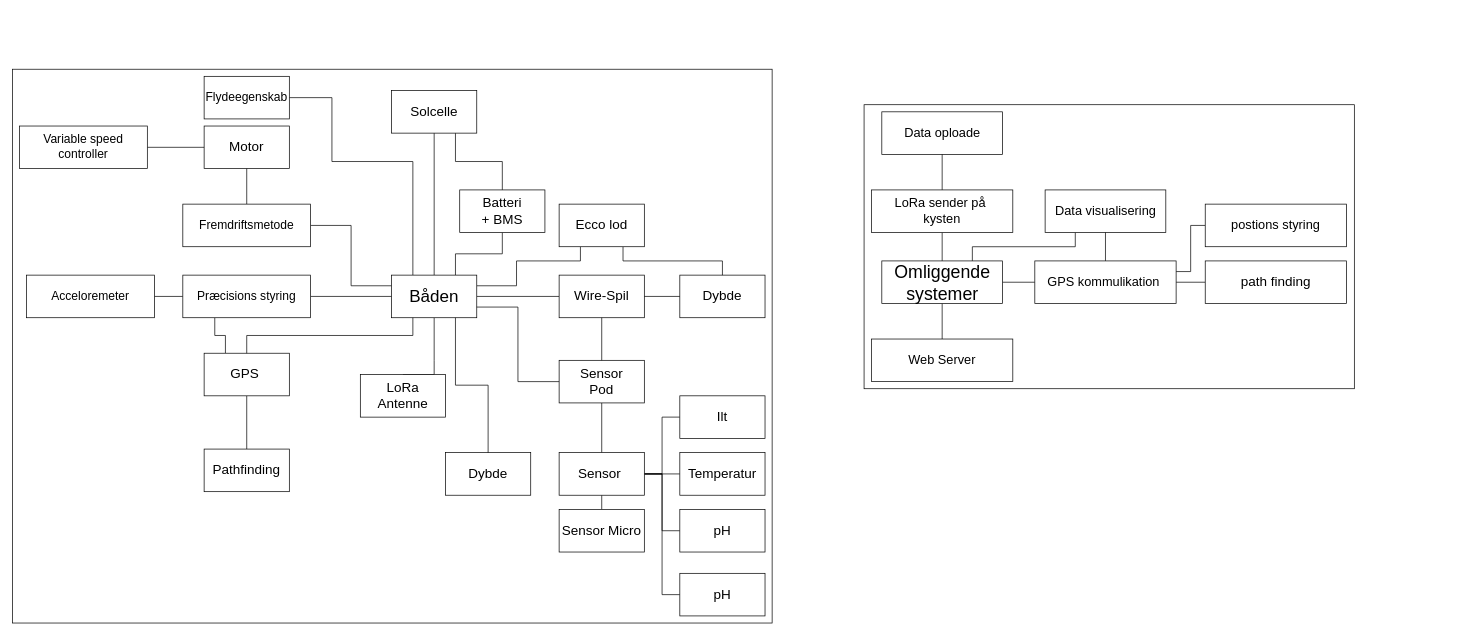
Before: 05_Artefact/Projektforslag/fig/opstarts Arkitektur.drawio in mbirko/PRJ3_Repo, a draw.io diagram. Source tidied: cells renumbered, new cells numbered last; positions are measured from the earlier drawing's top-left corner, leaving out a move shared by most shapes. Both pictures are drawn from the tidied source at 71%, with x=0, y=0 at pixel (12, 69).
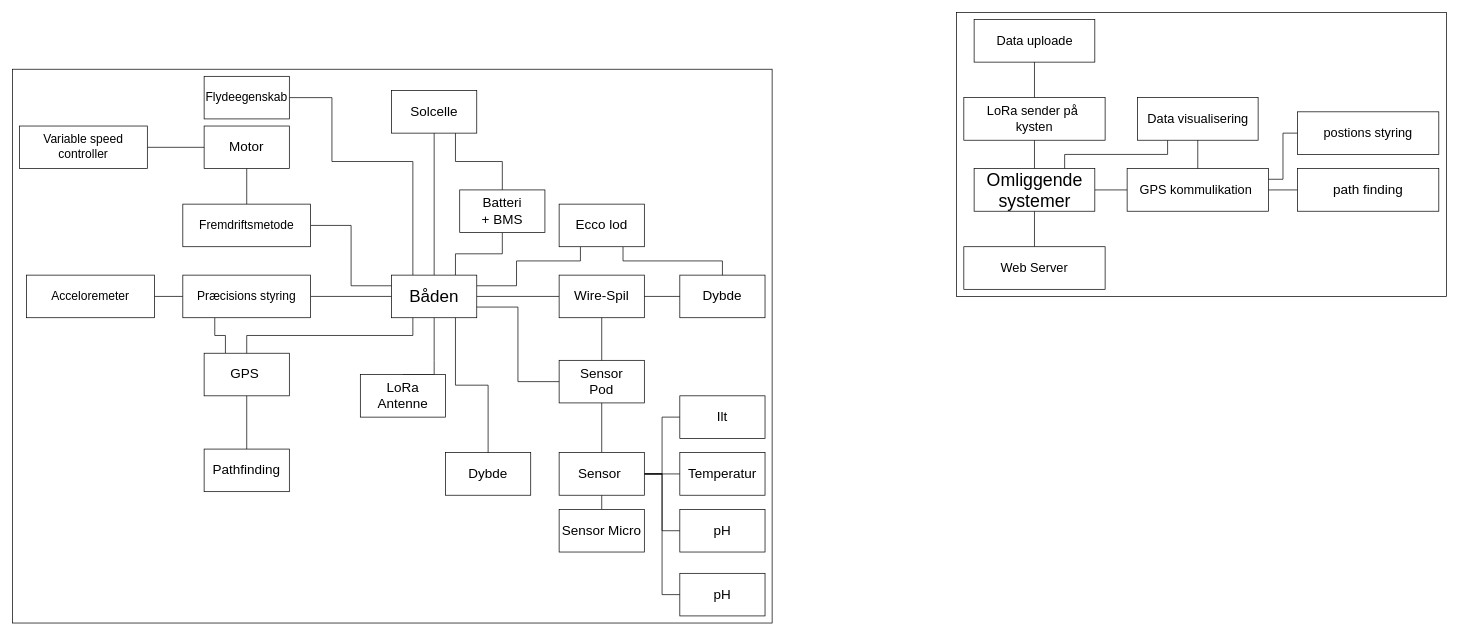
The same page after the edit.

Commit message:
saved opstarts arkitektur

What changed in the source:
```diff
@@
     <mxCell id="2" style="rounded=0;whiteSpace=wrap;html=1;fontSize=19;" parent="1" vertex="1">
-      <mxGeometry x="1199.5" y="50" width="690.5" height="400" as="geometry" />
+      <mxGeometry x="1329.5" y="-80" width="690.5" height="400" as="geometry" />
     </mxCell>
@@
     <mxCell id="46" style="edgeStyle=orthogonalEdgeStyle;rounded=0;jettySize=auto;html=1;exitX=0.75;exitY=0;exitDx=0;exitDy=0;entryX=0.25;entryY=1;entryDx=0;entryDy=0;fontSize=24;endArrow=none;endFill=0;" parent="1" edge="1" source="49" target="57">
       <mxGeometry relative="1" as="geometry">
         <Array as="points">
-          <mxPoint x="1352" y="250" />
-          <mxPoint x="1497" y="250" />
+          <mxPoint x="1482" y="120" />
+          <mxPoint x="1627" y="120" />
         </Array>
       </mxGeometry>
     </mxCell>
@@
     <mxCell id="49" value="Omliggende systemer" style="rounded=0;whiteSpace=wrap;html=1;fontSize=25;" parent="1" vertex="1">
-      <mxGeometry x="1224.5" y="270" width="170" height="60" as="geometry" />
+      <mxGeometry x="1354.5" y="140" width="170" height="60" as="geometry" />
     </mxCell>
@@
-    <mxCell id="51" value="Data oploade" style="rounded=0;whiteSpace=wrap;html=1;fontSize=18;" parent="1" vertex="1">
-      <mxGeometry x="1224.5" y="60" width="170" height="60" as="geometry" />
+    <mxCell id="51" value="Data uploade" style="rounded=0;whiteSpace=wrap;html=1;fontSize=18;" parent="1" vertex="1">
+      <mxGeometry x="1354.5" y="-70" width="170" height="60" as="geometry" />
     </mxCell>
@@
     <mxCell id="57" value="Data visualisering" style="rounded=0;whiteSpace=wrap;html=1;fontSize=18;" parent="1" vertex="1">
-      <mxGeometry x="1454.5" y="170" width="170" height="60" as="geometry" />
+      <mxGeometry x="1584.5" y="40" width="170" height="60" as="geometry" />
     </mxCell>
@@
     <mxCell id="61" value="GPS kommulikation&amp;nbsp;" style="rounded=0;whiteSpace=wrap;html=1;fontSize=18;" parent="1" vertex="1">
-      <mxGeometry x="1440" y="270" width="199" height="60" as="geometry" />
+      <mxGeometry x="1570" y="140" width="199" height="60" as="geometry" />
     </mxCell>
@@
     <mxCell id="63" value="LoRa sender på&amp;nbsp;&lt;br style=&quot;font-size: 18px;&quot;&gt;kysten" style="rounded=0;whiteSpace=wrap;html=1;fontSize=18;" parent="1" vertex="1">
-      <mxGeometry x="1210" y="170" width="199" height="60" as="geometry" />
+      <mxGeometry x="1340" y="40" width="199" height="60" as="geometry" />
     </mxCell>
@@
     <mxCell id="65" value="path finding" style="rounded=0;whiteSpace=wrap;html=1;fontSize=19;" parent="1" vertex="1">
-      <mxGeometry x="1680" y="270" width="199" height="60" as="geometry" />
+      <mxGeometry x="1810" y="140" width="199" height="60" as="geometry" />
     </mxCell>
     <mxCell id="66" value="postions styring" style="rounded=0;whiteSpace=wrap;html=1;fontSize=18;" parent="1" vertex="1">
-      <mxGeometry x="1680" y="190" width="199" height="60" as="geometry" />
+      <mxGeometry x="1810" y="60" width="199" height="60" as="geometry" />
     </mxCell>
@@
     <mxCell id="68" value="Web Server" style="rounded=0;whiteSpace=wrap;html=1;fontSize=18;" parent="1" vertex="1">
-      <mxGeometry x="1210" y="380" width="199" height="60" as="geometry" />
+      <mxGeometry x="1340" y="250" width="199" height="60" as="geometry" />
     </mxCell>
```
